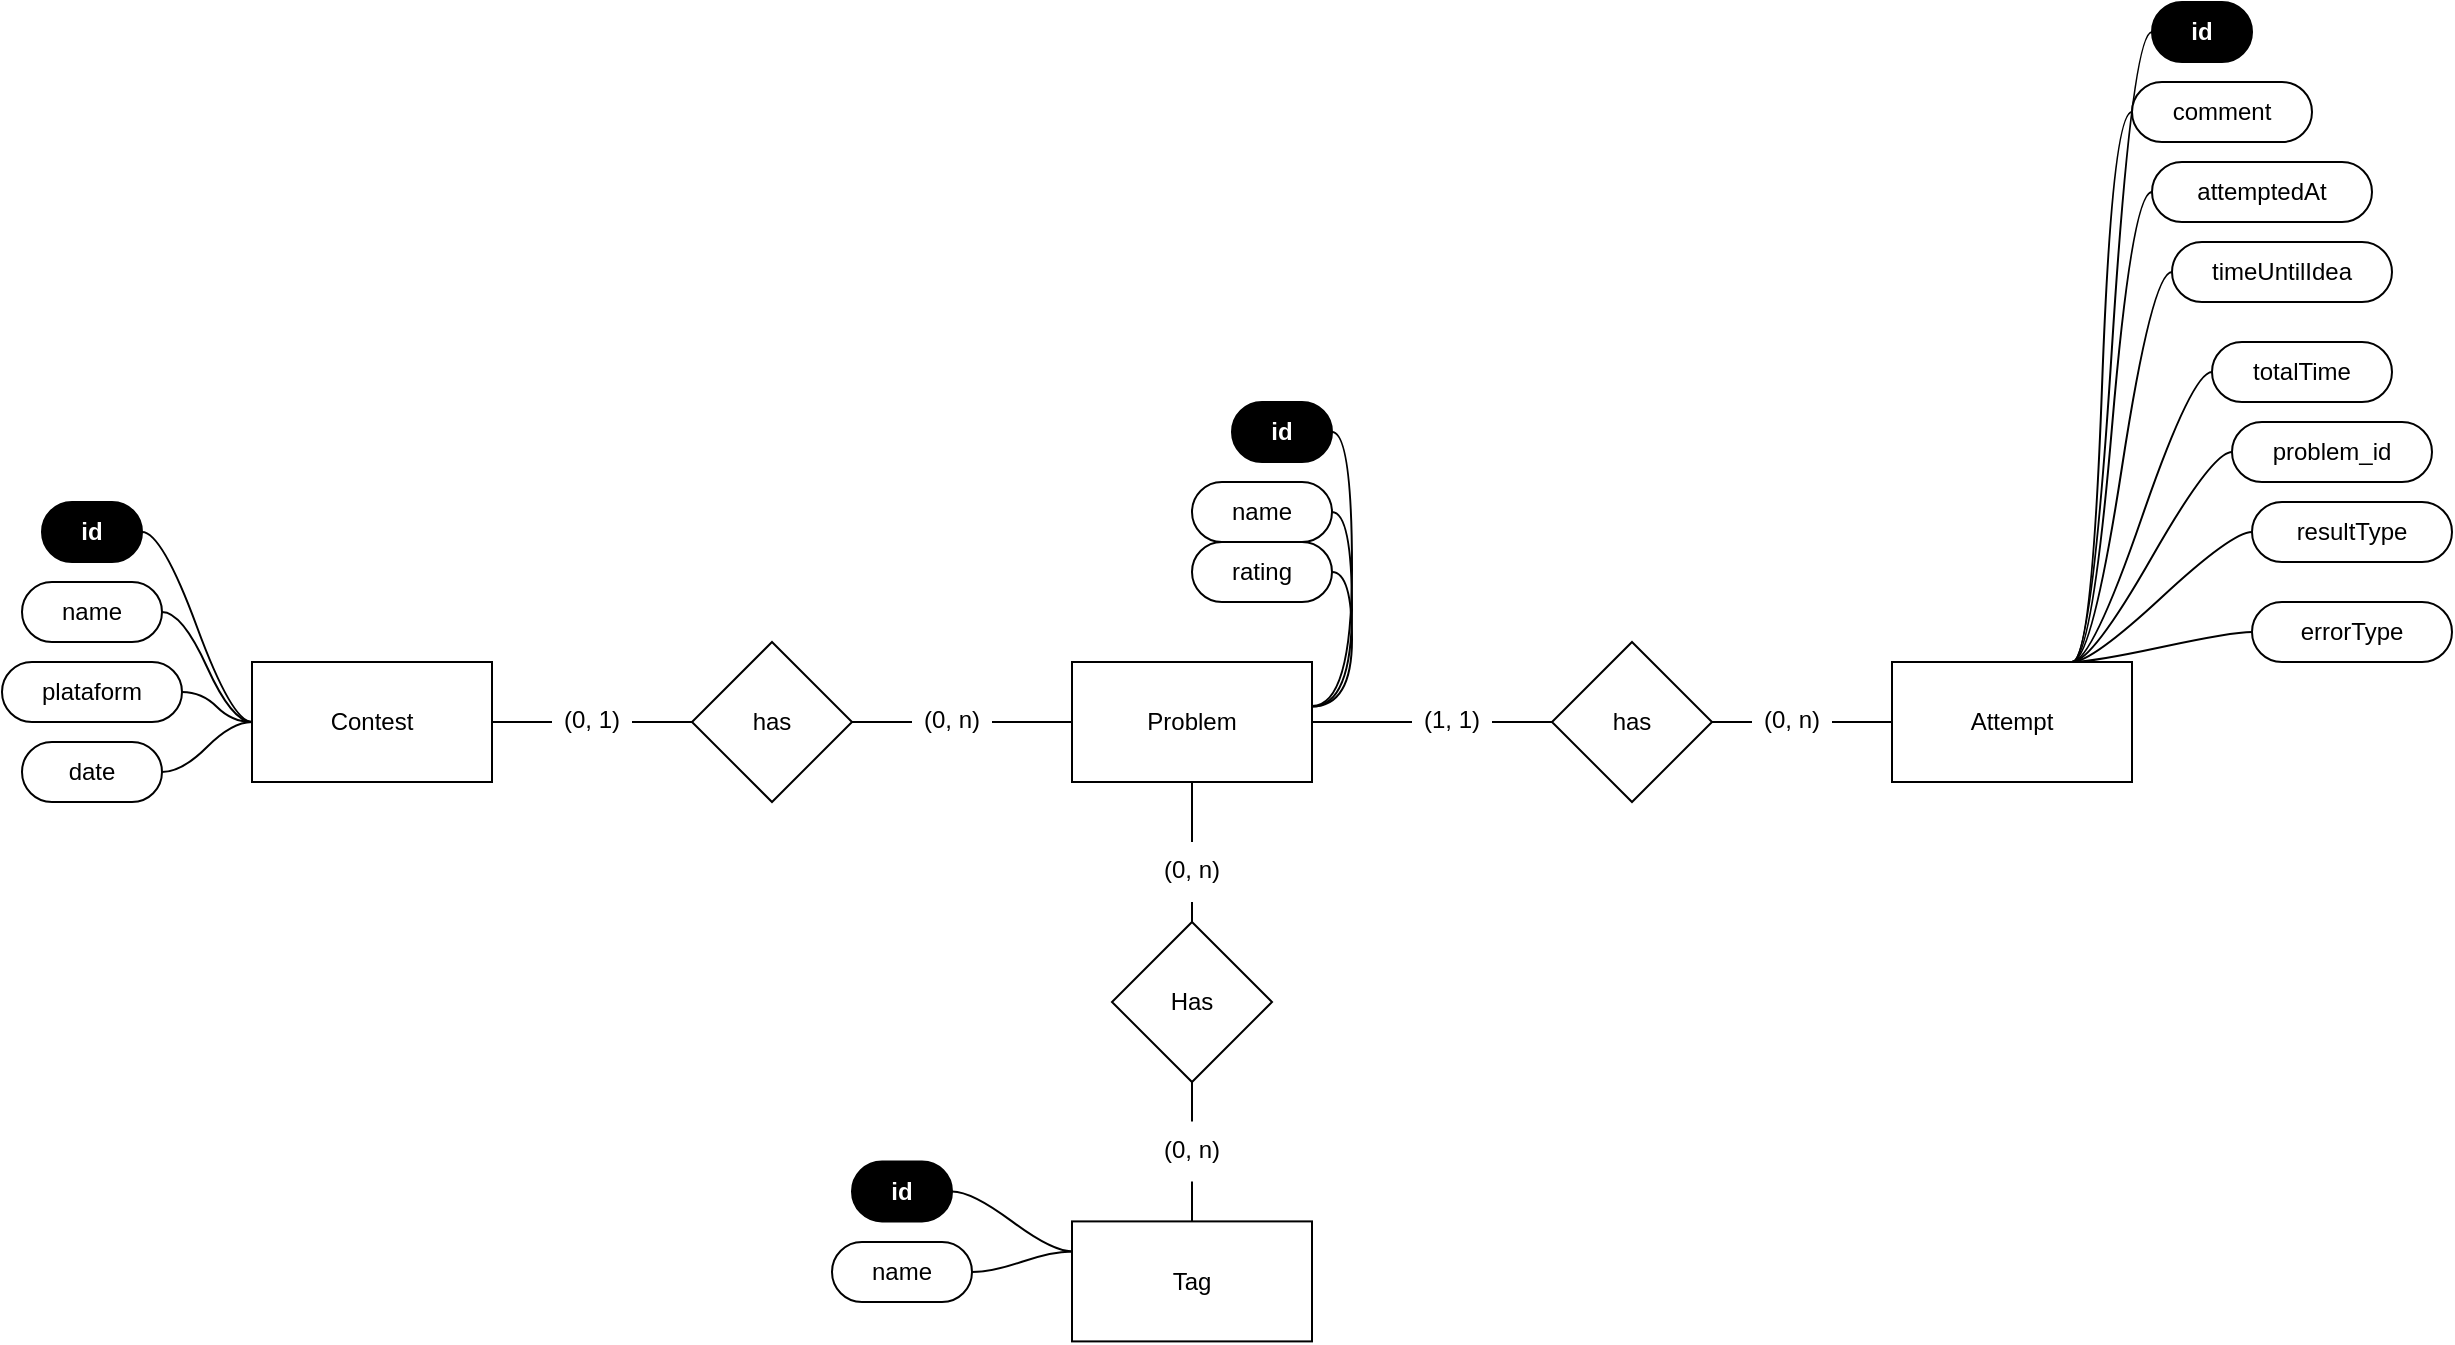
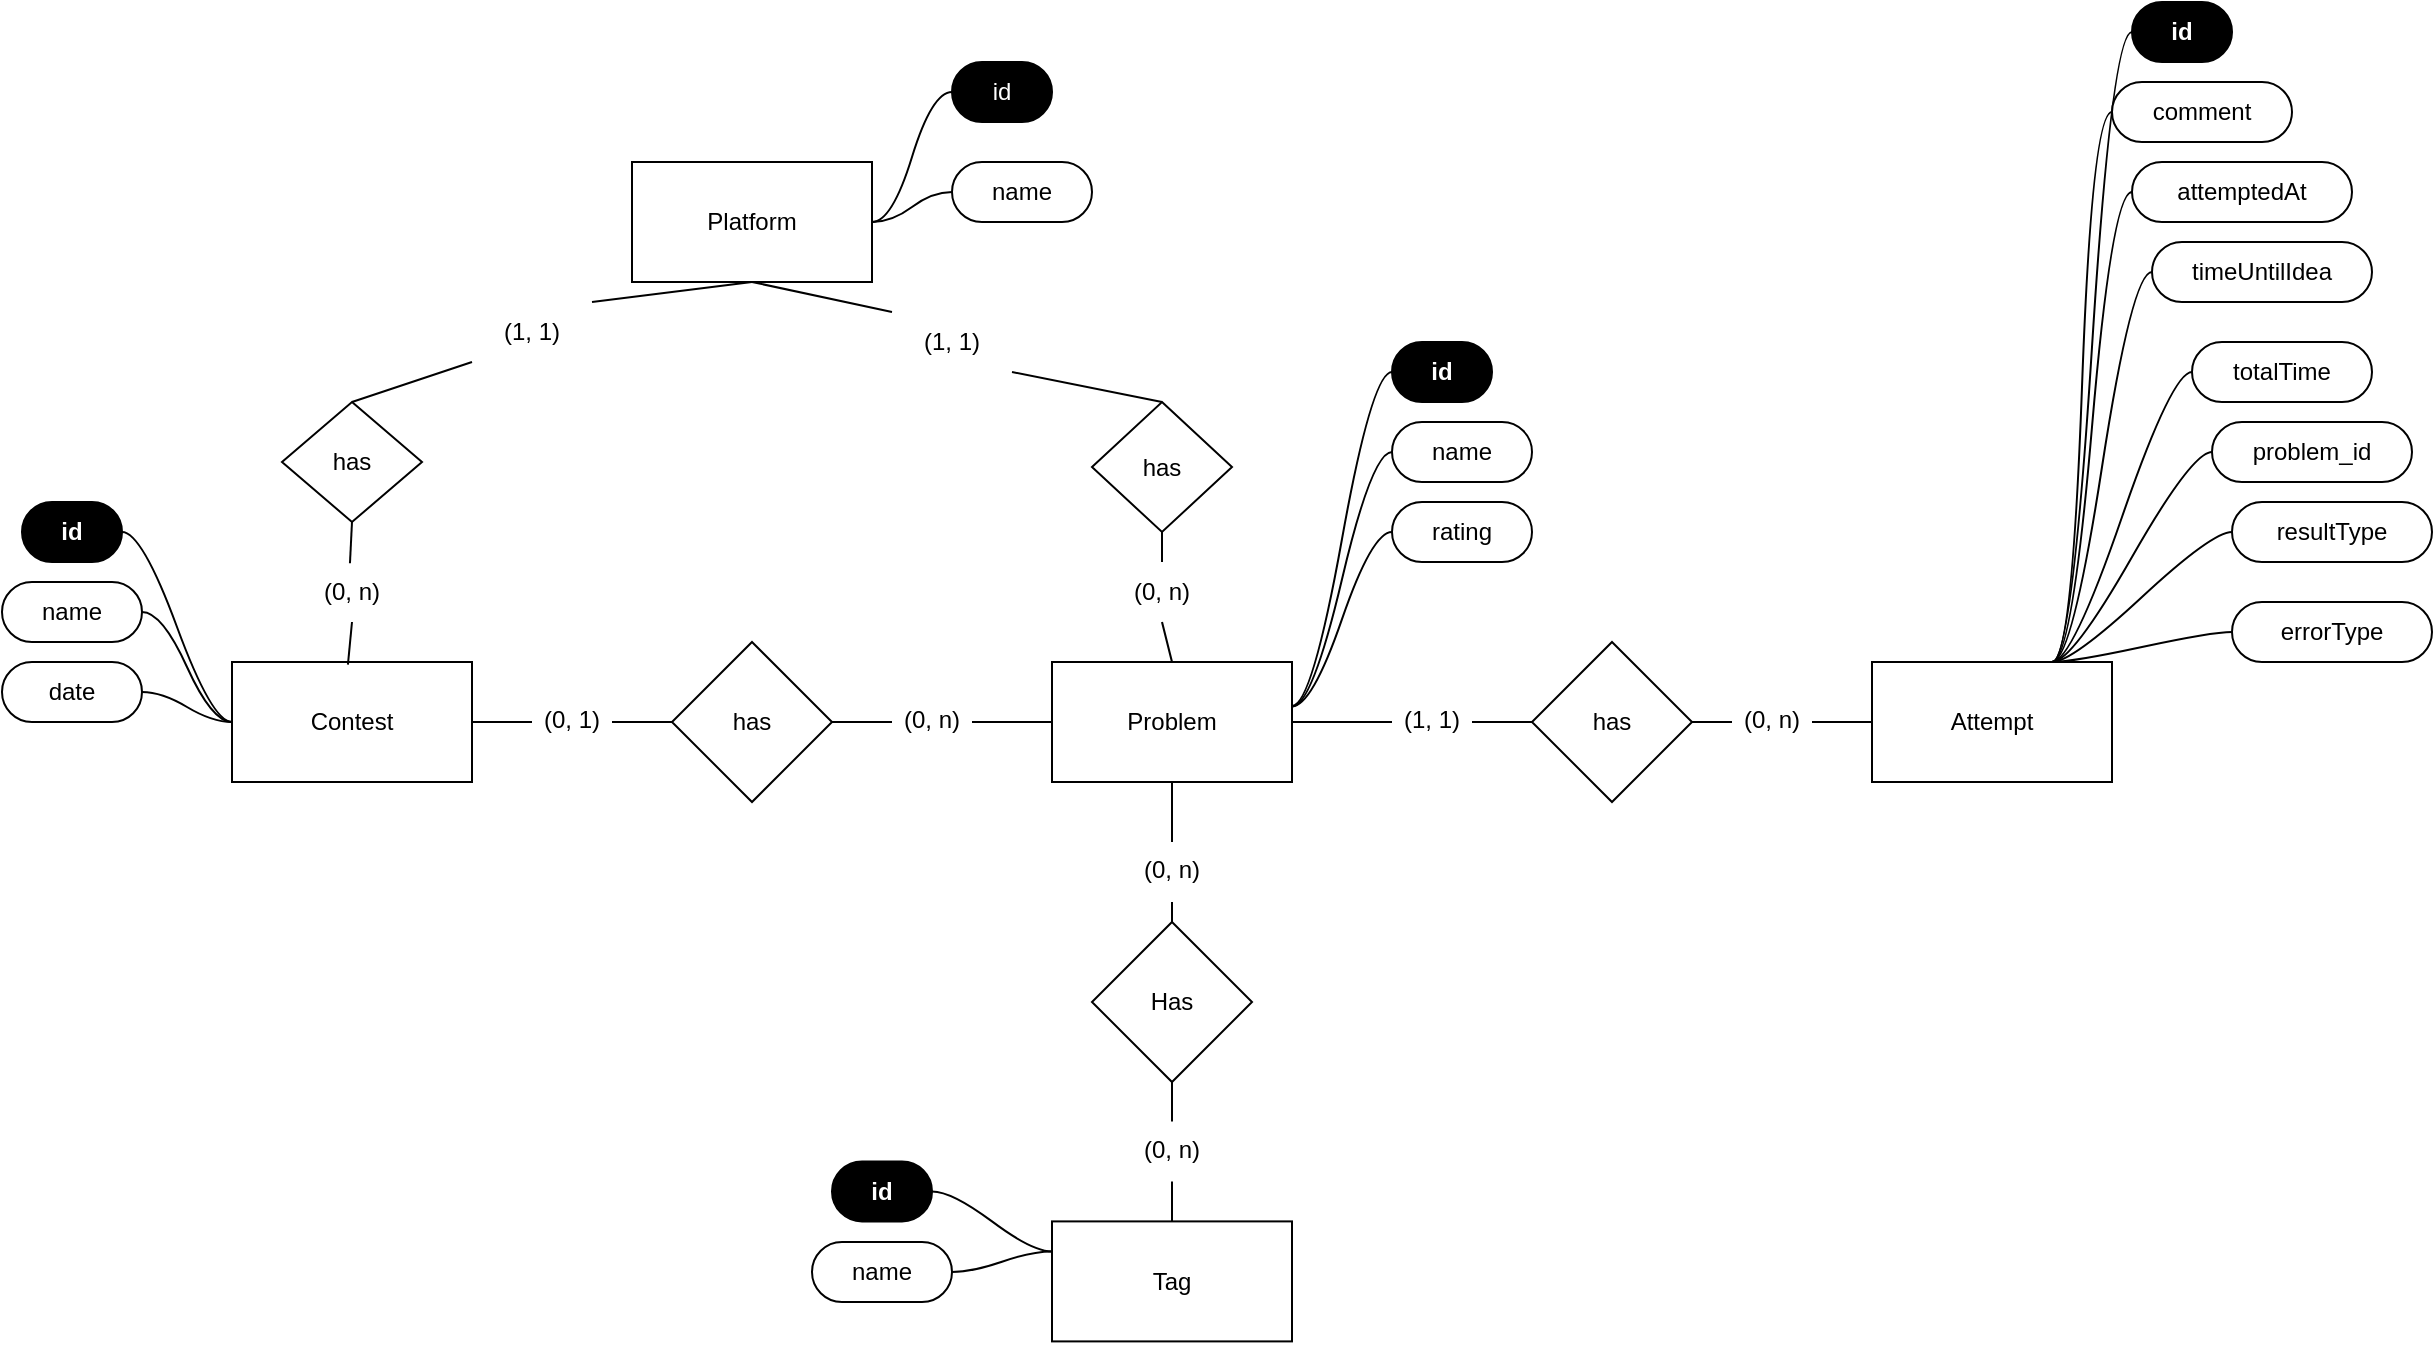
<mxfile host="Electron" agent="Mozilla/5.0 (X11; Linux x86_64) AppleWebKit/537.36 (KHTML, like Gecko) draw.io/28.2.5 Chrome/138.0.7204.251 Electron/37.6.1 Safari/537.36" version="28.2.5">
  <diagram name="Page-1" id="fOeZB1Z33ocNP5_WR29u">
-     <mxGraphModel dx="2558" dy="1469" grid="1" gridSize="10" guides="1" tooltips="1" connect="1" arrows="1" fold="1" page="0" pageScale="1" pageWidth="850" pageHeight="1100" math="0" shadow="0">
+     <mxGraphModel dx="1776" dy="1275" grid="1" gridSize="10" guides="1" tooltips="1" connect="1" arrows="1" fold="1" page="0" pageScale="1" pageWidth="850" pageHeight="1100" math="0" shadow="0">
      <root>
        <mxCell id="0" />
        <mxCell id="1" parent="0" />
        <mxCell id="6nY_LlKXiWtsa9JMTDIQ-1" value="Contest" style="rounded=0;whiteSpace=wrap;html=1;" parent="1" vertex="1">
          <mxGeometry x="-190" y="280" width="120" height="60" as="geometry" />
        </mxCell>
        <mxCell id="6nY_LlKXiWtsa9JMTDIQ-5" value="" style="edgeStyle=entityRelationEdgeStyle;startArrow=none;endArrow=none;segment=10;curved=1;sourcePerimeterSpacing=0;targetPerimeterSpacing=0;rounded=0;exitX=0;exitY=0.5;exitDx=0;exitDy=0;" parent="1" source="6nY_LlKXiWtsa9JMTDIQ-1" target="6nY_LlKXiWtsa9JMTDIQ-4" edge="1">
          <mxGeometry relative="1" as="geometry">
            <mxPoint x="-150" y="270" as="sourcePoint" />
          </mxGeometry>
        </mxCell>
        <mxCell id="6nY_LlKXiWtsa9JMTDIQ-12" value="has" style="rhombus;whiteSpace=wrap;html=1;" parent="1" vertex="1">
          <mxGeometry x="30" y="270" width="80" height="80" as="geometry" />
        </mxCell>
        <mxCell id="6nY_LlKXiWtsa9JMTDIQ-13" value="" style="endArrow=none;html=1;rounded=0;exitX=1;exitY=0.5;exitDx=0;exitDy=0;entryX=0;entryY=0.5;entryDx=0;entryDy=0;" parent="1" source="6nY_LlKXiWtsa9JMTDIQ-57" target="6nY_LlKXiWtsa9JMTDIQ-12" edge="1">
          <mxGeometry width="50" height="50" relative="1" as="geometry">
            <mxPoint x="140" y="380" as="sourcePoint" />
            <mxPoint x="190" y="330" as="targetPoint" />
          </mxGeometry>
        </mxCell>
        <mxCell id="6nY_LlKXiWtsa9JMTDIQ-14" value="Problem" style="rounded=0;whiteSpace=wrap;html=1;" parent="1" vertex="1">
          <mxGeometry x="220" y="280" width="120" height="60" as="geometry" />
        </mxCell>
        <mxCell id="6nY_LlKXiWtsa9JMTDIQ-15" value="" style="endArrow=none;html=1;rounded=0;exitX=1;exitY=0.5;exitDx=0;exitDy=0;entryX=0;entryY=0.5;entryDx=0;entryDy=0;" parent="1" source="6nY_LlKXiWtsa9JMTDIQ-59" target="6nY_LlKXiWtsa9JMTDIQ-14" edge="1">
          <mxGeometry width="50" height="50" relative="1" as="geometry">
            <mxPoint x="140" y="380" as="sourcePoint" />
            <mxPoint x="190" y="330" as="targetPoint" />
          </mxGeometry>
        </mxCell>
        <mxCell id="6nY_LlKXiWtsa9JMTDIQ-16" value="timeUntilIdea" style="whiteSpace=wrap;html=1;rounded=1;arcSize=50;align=center;verticalAlign=middle;strokeWidth=1;autosize=1;spacing=4;treeFolding=1;treeMoving=1;newEdgeStyle={&quot;edgeStyle&quot;:&quot;entityRelationEdgeStyle&quot;,&quot;startArrow&quot;:&quot;none&quot;,&quot;endArrow&quot;:&quot;none&quot;,&quot;segment&quot;:10,&quot;curved&quot;:1,&quot;sourcePerimeterSpacing&quot;:0,&quot;targetPerimeterSpacing&quot;:0};" parent="1" vertex="1">
          <mxGeometry x="770" y="70" width="110" height="30" as="geometry" />
        </mxCell>
        <mxCell id="6nY_LlKXiWtsa9JMTDIQ-17" value="" style="edgeStyle=entityRelationEdgeStyle;startArrow=none;endArrow=none;segment=10;curved=1;sourcePerimeterSpacing=0;targetPerimeterSpacing=0;rounded=0;exitX=0.75;exitY=0;exitDx=0;exitDy=0;" parent="1" source="6nY_LlKXiWtsa9JMTDIQ-70" target="6nY_LlKXiWtsa9JMTDIQ-16" edge="1">
          <mxGeometry relative="1" as="geometry">
            <mxPoint x="210" y="198" as="sourcePoint" />
          </mxGeometry>
        </mxCell>
        <mxCell id="6nY_LlKXiWtsa9JMTDIQ-18" value="totalTime" style="whiteSpace=wrap;html=1;rounded=1;arcSize=50;align=center;verticalAlign=middle;strokeWidth=1;autosize=1;spacing=4;treeFolding=1;treeMoving=1;newEdgeStyle={&quot;edgeStyle&quot;:&quot;entityRelationEdgeStyle&quot;,&quot;startArrow&quot;:&quot;none&quot;,&quot;endArrow&quot;:&quot;none&quot;,&quot;segment&quot;:10,&quot;curved&quot;:1,&quot;sourcePerimeterSpacing&quot;:0,&quot;targetPerimeterSpacing&quot;:0};" parent="1" vertex="1">
          <mxGeometry x="790" y="120" width="90" height="30" as="geometry" />
        </mxCell>
        <mxCell id="6nY_LlKXiWtsa9JMTDIQ-19" value="" style="edgeStyle=entityRelationEdgeStyle;startArrow=none;endArrow=none;segment=10;curved=1;sourcePerimeterSpacing=0;targetPerimeterSpacing=0;rounded=0;exitX=0.75;exitY=0;exitDx=0;exitDy=0;" parent="1" source="6nY_LlKXiWtsa9JMTDIQ-70" target="6nY_LlKXiWtsa9JMTDIQ-18" edge="1">
          <mxGeometry relative="1" as="geometry">
            <mxPoint x="280" y="350" as="sourcePoint" />
          </mxGeometry>
        </mxCell>
        <mxCell id="6nY_LlKXiWtsa9JMTDIQ-20" value="id" style="whiteSpace=wrap;html=1;rounded=1;arcSize=50;align=center;verticalAlign=middle;strokeWidth=1;autosize=1;spacing=4;treeFolding=1;treeMoving=1;newEdgeStyle={&quot;edgeStyle&quot;:&quot;entityRelationEdgeStyle&quot;,&quot;startArrow&quot;:&quot;none&quot;,&quot;endArrow&quot;:&quot;none&quot;,&quot;segment&quot;:10,&quot;curved&quot;:1,&quot;sourcePerimeterSpacing&quot;:0,&quot;targetPerimeterSpacing&quot;:0};fontStyle=1;fillColor=#000000;fontColor=#FFFFFF;" parent="1" vertex="1">
-           <mxGeometry x="300" y="150" width="50" height="30" as="geometry" />
+           <mxGeometry x="390" y="120" width="50" height="30" as="geometry" />
        </mxCell>
        <mxCell id="6nY_LlKXiWtsa9JMTDIQ-21" value="" style="edgeStyle=entityRelationEdgeStyle;startArrow=none;endArrow=none;segment=10;curved=1;sourcePerimeterSpacing=0;targetPerimeterSpacing=0;rounded=0;exitX=1;exitY=0.367;exitDx=0;exitDy=0;exitPerimeter=0;" parent="1" source="6nY_LlKXiWtsa9JMTDIQ-14" target="6nY_LlKXiWtsa9JMTDIQ-20" edge="1">
          <mxGeometry relative="1" as="geometry">
            <mxPoint x="255" y="450" as="sourcePoint" />
          </mxGeometry>
        </mxCell>
        <mxCell id="6nY_LlKXiWtsa9JMTDIQ-22" value="rating" style="whiteSpace=wrap;html=1;rounded=1;arcSize=50;align=center;verticalAlign=middle;strokeWidth=1;autosize=1;spacing=4;treeFolding=1;treeMoving=1;newEdgeStyle={&quot;edgeStyle&quot;:&quot;entityRelationEdgeStyle&quot;,&quot;startArrow&quot;:&quot;none&quot;,&quot;endArrow&quot;:&quot;none&quot;,&quot;segment&quot;:10,&quot;curved&quot;:1,&quot;sourcePerimeterSpacing&quot;:0,&quot;targetPerimeterSpacing&quot;:0};" parent="1" vertex="1">
-           <mxGeometry x="280" y="220" width="70" height="30" as="geometry" />
+           <mxGeometry x="390" y="200" width="70" height="30" as="geometry" />
        </mxCell>
        <mxCell id="6nY_LlKXiWtsa9JMTDIQ-23" value="" style="edgeStyle=entityRelationEdgeStyle;startArrow=none;endArrow=none;segment=10;curved=1;sourcePerimeterSpacing=0;targetPerimeterSpacing=0;rounded=0;exitX=1;exitY=0.37;exitDx=0;exitDy=0;exitPerimeter=0;" parent="1" source="6nY_LlKXiWtsa9JMTDIQ-14" target="6nY_LlKXiWtsa9JMTDIQ-22" edge="1">
          <mxGeometry relative="1" as="geometry">
            <mxPoint x="60" y="140" as="sourcePoint" />
          </mxGeometry>
        </mxCell>
        <mxCell id="6nY_LlKXiWtsa9JMTDIQ-58" value="" style="endArrow=none;html=1;rounded=0;exitX=1;exitY=0.5;exitDx=0;exitDy=0;entryX=0;entryY=0.5;entryDx=0;entryDy=0;" parent="1" source="6nY_LlKXiWtsa9JMTDIQ-1" target="6nY_LlKXiWtsa9JMTDIQ-57" edge="1">
          <mxGeometry width="50" height="50" relative="1" as="geometry">
            <mxPoint x="-30" y="280" as="sourcePoint" />
            <mxPoint x="10" y="280" as="targetPoint" />
          </mxGeometry>
        </mxCell>
        <mxCell id="6nY_LlKXiWtsa9JMTDIQ-57" value="(0, 1)" style="text;strokeColor=none;fillColor=none;spacingLeft=4;spacingRight=4;overflow=hidden;rotatable=0;points=[[0,0.5],[1,0.5]];portConstraint=eastwest;fontSize=12;whiteSpace=wrap;html=1;" parent="1" vertex="1">
          <mxGeometry x="-40" y="295" width="40" height="30" as="geometry" />
        </mxCell>
        <mxCell id="6nY_LlKXiWtsa9JMTDIQ-60" value="" style="endArrow=none;html=1;rounded=0;exitX=1;exitY=0.5;exitDx=0;exitDy=0;entryX=0;entryY=0.5;entryDx=0;entryDy=0;" parent="1" source="6nY_LlKXiWtsa9JMTDIQ-12" target="6nY_LlKXiWtsa9JMTDIQ-59" edge="1">
          <mxGeometry width="50" height="50" relative="1" as="geometry">
            <mxPoint x="90" y="270" as="sourcePoint" />
            <mxPoint x="240" y="280" as="targetPoint" />
          </mxGeometry>
        </mxCell>
        <mxCell id="6nY_LlKXiWtsa9JMTDIQ-59" value="(0, n)" style="text;strokeColor=none;fillColor=none;spacingLeft=4;spacingRight=4;overflow=hidden;rotatable=0;points=[[0,0.5],[1,0.5]];portConstraint=eastwest;fontSize=12;whiteSpace=wrap;html=1;" parent="1" vertex="1">
          <mxGeometry x="140" y="295" width="40" height="30" as="geometry" />
        </mxCell>
        <mxCell id="6nY_LlKXiWtsa9JMTDIQ-69" value="has" style="rhombus;whiteSpace=wrap;html=1;" parent="1" vertex="1">
          <mxGeometry x="460" y="270" width="80" height="80" as="geometry" />
        </mxCell>
        <mxCell id="6nY_LlKXiWtsa9JMTDIQ-70" value="Attempt" style="rounded=0;whiteSpace=wrap;html=1;" parent="1" vertex="1">
          <mxGeometry x="630" y="280" width="120" height="60" as="geometry" />
        </mxCell>
        <mxCell id="6nY_LlKXiWtsa9JMTDIQ-71" value="" style="endArrow=none;html=1;rounded=0;entryX=0;entryY=0.5;entryDx=0;entryDy=0;exitX=1;exitY=0.5;exitDx=0;exitDy=0;" parent="1" source="6nY_LlKXiWtsa9JMTDIQ-86" target="6nY_LlKXiWtsa9JMTDIQ-69" edge="1">
          <mxGeometry width="50" height="50" relative="1" as="geometry">
            <mxPoint x="390" y="400" as="sourcePoint" />
            <mxPoint x="440" y="350" as="targetPoint" />
          </mxGeometry>
        </mxCell>
        <mxCell id="6nY_LlKXiWtsa9JMTDIQ-72" value="" style="endArrow=none;html=1;rounded=0;entryX=0;entryY=0.5;entryDx=0;entryDy=0;exitX=1;exitY=0.5;exitDx=0;exitDy=0;" parent="1" source="6nY_LlKXiWtsa9JMTDIQ-84" target="6nY_LlKXiWtsa9JMTDIQ-70" edge="1">
          <mxGeometry width="50" height="50" relative="1" as="geometry">
            <mxPoint x="490" y="420" as="sourcePoint" />
            <mxPoint x="540" y="370" as="targetPoint" />
          </mxGeometry>
        </mxCell>
        <mxCell id="6nY_LlKXiWtsa9JMTDIQ-78" value="Has" style="rhombus;whiteSpace=wrap;html=1;" parent="1" vertex="1">
          <mxGeometry x="240" y="410" width="80" height="80" as="geometry" />
        </mxCell>
        <mxCell id="6nY_LlKXiWtsa9JMTDIQ-79" value="Tag" style="rounded=0;whiteSpace=wrap;html=1;" parent="1" vertex="1">
          <mxGeometry x="220" y="559.7" width="120" height="60" as="geometry" />
        </mxCell>
        <mxCell id="6nY_LlKXiWtsa9JMTDIQ-80" value="" style="endArrow=none;html=1;rounded=0;entryX=0.5;entryY=1;entryDx=0;entryDy=0;exitX=0.5;exitY=0;exitDx=0;exitDy=0;" parent="1" source="6nY_LlKXiWtsa9JMTDIQ-93" target="6nY_LlKXiWtsa9JMTDIQ-14" edge="1">
          <mxGeometry width="50" height="50" relative="1" as="geometry">
            <mxPoint x="120" y="390" as="sourcePoint" />
            <mxPoint x="170" y="340" as="targetPoint" />
          </mxGeometry>
        </mxCell>
        <mxCell id="6nY_LlKXiWtsa9JMTDIQ-81" value="" style="endArrow=none;html=1;rounded=0;entryX=0.5;entryY=1;entryDx=0;entryDy=0;exitX=0.5;exitY=0;exitDx=0;exitDy=0;" parent="1" source="6nY_LlKXiWtsa9JMTDIQ-91" target="6nY_LlKXiWtsa9JMTDIQ-78" edge="1">
          <mxGeometry width="50" height="50" relative="1" as="geometry">
            <mxPoint x="290" y="440" as="sourcePoint" />
            <mxPoint x="340" y="390" as="targetPoint" />
          </mxGeometry>
        </mxCell>
        <mxCell id="6nY_LlKXiWtsa9JMTDIQ-83" value="" style="endArrow=none;html=1;rounded=0;entryX=0;entryY=0.5;entryDx=0;entryDy=0;exitX=1;exitY=0.5;exitDx=0;exitDy=0;" parent="1" source="6nY_LlKXiWtsa9JMTDIQ-69" target="6nY_LlKXiWtsa9JMTDIQ-84" edge="1">
          <mxGeometry width="50" height="50" relative="1" as="geometry">
            <mxPoint x="540" y="310" as="sourcePoint" />
            <mxPoint x="630" y="310" as="targetPoint" />
          </mxGeometry>
        </mxCell>
        <mxCell id="6nY_LlKXiWtsa9JMTDIQ-84" value="(0, n)" style="text;strokeColor=none;fillColor=none;spacingLeft=4;spacingRight=4;overflow=hidden;rotatable=0;points=[[0,0.5],[1,0.5]];portConstraint=eastwest;fontSize=12;whiteSpace=wrap;html=1;" parent="1" vertex="1">
          <mxGeometry x="560" y="295" width="40" height="30" as="geometry" />
        </mxCell>
        <mxCell id="6nY_LlKXiWtsa9JMTDIQ-85" value="" style="endArrow=none;html=1;rounded=0;entryX=0;entryY=0.5;entryDx=0;entryDy=0;exitX=1;exitY=0.5;exitDx=0;exitDy=0;" parent="1" source="6nY_LlKXiWtsa9JMTDIQ-14" target="6nY_LlKXiWtsa9JMTDIQ-86" edge="1">
          <mxGeometry width="50" height="50" relative="1" as="geometry">
            <mxPoint x="340" y="310" as="sourcePoint" />
            <mxPoint x="460" y="310" as="targetPoint" />
          </mxGeometry>
        </mxCell>
        <mxCell id="6nY_LlKXiWtsa9JMTDIQ-86" value="(1, 1)" style="text;strokeColor=none;fillColor=none;spacingLeft=4;spacingRight=4;overflow=hidden;rotatable=0;points=[[0,0.5],[1,0.5]];portConstraint=eastwest;fontSize=12;whiteSpace=wrap;html=1;" parent="1" vertex="1">
          <mxGeometry x="390" y="295" width="40" height="30" as="geometry" />
        </mxCell>
        <mxCell id="6nY_LlKXiWtsa9JMTDIQ-92" value="" style="endArrow=none;html=1;rounded=0;entryX=0.5;entryY=1;entryDx=0;entryDy=0;exitX=0.5;exitY=0;exitDx=0;exitDy=0;" parent="1" source="6nY_LlKXiWtsa9JMTDIQ-79" target="6nY_LlKXiWtsa9JMTDIQ-91" edge="1">
          <mxGeometry width="50" height="50" relative="1" as="geometry">
            <mxPoint x="280" y="560" as="sourcePoint" />
            <mxPoint x="280" y="500" as="targetPoint" />
          </mxGeometry>
        </mxCell>
        <mxCell id="6nY_LlKXiWtsa9JMTDIQ-91" value="(0, n)" style="text;strokeColor=none;fillColor=none;spacingLeft=4;spacingRight=4;overflow=hidden;rotatable=0;points=[[0,0.5],[1,0.5]];portConstraint=eastwest;fontSize=12;whiteSpace=wrap;html=1;" parent="1" vertex="1">
          <mxGeometry x="260" y="509.70000000000005" width="40" height="30" as="geometry" />
        </mxCell>
        <mxCell id="6nY_LlKXiWtsa9JMTDIQ-94" value="" style="endArrow=none;html=1;rounded=0;entryX=0.5;entryY=1;entryDx=0;entryDy=0;exitX=0.5;exitY=0;exitDx=0;exitDy=0;" parent="1" source="6nY_LlKXiWtsa9JMTDIQ-78" target="6nY_LlKXiWtsa9JMTDIQ-93" edge="1">
          <mxGeometry width="50" height="50" relative="1" as="geometry">
            <mxPoint x="280" y="420" as="sourcePoint" />
            <mxPoint x="280" y="340" as="targetPoint" />
          </mxGeometry>
        </mxCell>
        <mxCell id="6nY_LlKXiWtsa9JMTDIQ-93" value="(0, n)" style="text;strokeColor=none;fillColor=none;spacingLeft=4;spacingRight=4;overflow=hidden;rotatable=0;points=[[0,0.5],[1,0.5]];portConstraint=eastwest;fontSize=12;whiteSpace=wrap;html=1;" parent="1" vertex="1">
          <mxGeometry x="260" y="370" width="40" height="30" as="geometry" />
        </mxCell>
        <mxCell id="6nY_LlKXiWtsa9JMTDIQ-95" value="id" style="whiteSpace=wrap;html=1;rounded=1;arcSize=50;align=center;verticalAlign=middle;strokeWidth=1;autosize=1;spacing=4;treeFolding=1;treeMoving=1;newEdgeStyle={&quot;edgeStyle&quot;:&quot;entityRelationEdgeStyle&quot;,&quot;startArrow&quot;:&quot;none&quot;,&quot;endArrow&quot;:&quot;none&quot;,&quot;segment&quot;:10,&quot;curved&quot;:1,&quot;sourcePerimeterSpacing&quot;:0,&quot;targetPerimeterSpacing&quot;:0};fontStyle=1;fillColor=#000000;fontColor=#FFFFFF;" parent="1" vertex="1">
          <mxGeometry x="760" y="-50" width="50" height="30" as="geometry" />
        </mxCell>
        <mxCell id="6nY_LlKXiWtsa9JMTDIQ-96" value="" style="edgeStyle=entityRelationEdgeStyle;startArrow=none;endArrow=none;segment=10;curved=1;sourcePerimeterSpacing=0;targetPerimeterSpacing=0;rounded=0;exitX=0.75;exitY=0;exitDx=0;exitDy=0;" parent="1" source="6nY_LlKXiWtsa9JMTDIQ-70" target="6nY_LlKXiWtsa9JMTDIQ-95" edge="1">
          <mxGeometry relative="1" as="geometry">
            <mxPoint x="680" y="260" as="sourcePoint" />
          </mxGeometry>
        </mxCell>
        <mxCell id="6nY_LlKXiWtsa9JMTDIQ-103" value="id" style="whiteSpace=wrap;html=1;rounded=1;arcSize=50;align=center;verticalAlign=middle;strokeWidth=1;autosize=1;spacing=4;treeFolding=1;treeMoving=1;newEdgeStyle={&quot;edgeStyle&quot;:&quot;entityRelationEdgeStyle&quot;,&quot;startArrow&quot;:&quot;none&quot;,&quot;endArrow&quot;:&quot;none&quot;,&quot;segment&quot;:10,&quot;curved&quot;:1,&quot;sourcePerimeterSpacing&quot;:0,&quot;targetPerimeterSpacing&quot;:0};fontStyle=1;fillColor=#000000;fontColor=#FFFFFF;" parent="1" vertex="1">
          <mxGeometry x="110" y="529.7" width="50" height="30" as="geometry" />
        </mxCell>
        <mxCell id="6nY_LlKXiWtsa9JMTDIQ-104" value="" style="edgeStyle=entityRelationEdgeStyle;startArrow=none;endArrow=none;segment=10;curved=1;sourcePerimeterSpacing=0;targetPerimeterSpacing=0;rounded=0;exitX=0;exitY=0.25;exitDx=0;exitDy=0;" parent="1" source="6nY_LlKXiWtsa9JMTDIQ-79" target="6nY_LlKXiWtsa9JMTDIQ-103" edge="1">
          <mxGeometry relative="1" as="geometry">
            <mxPoint x="80" y="574" as="sourcePoint" />
          </mxGeometry>
        </mxCell>
        <mxCell id="YRyrsWPKI8_Nx0EfezYo-1" value="problem_id" style="whiteSpace=wrap;html=1;rounded=1;arcSize=50;align=center;verticalAlign=middle;strokeWidth=1;autosize=1;spacing=4;treeFolding=1;treeMoving=1;newEdgeStyle={&quot;edgeStyle&quot;:&quot;entityRelationEdgeStyle&quot;,&quot;startArrow&quot;:&quot;none&quot;,&quot;endArrow&quot;:&quot;none&quot;,&quot;segment&quot;:10,&quot;curved&quot;:1,&quot;sourcePerimeterSpacing&quot;:0,&quot;targetPerimeterSpacing&quot;:0};" parent="1" vertex="1">
          <mxGeometry x="800" y="160" width="100" height="30" as="geometry" />
        </mxCell>
        <mxCell id="YRyrsWPKI8_Nx0EfezYo-2" value="" style="edgeStyle=entityRelationEdgeStyle;startArrow=none;endArrow=none;segment=10;curved=1;sourcePerimeterSpacing=0;targetPerimeterSpacing=0;rounded=0;exitX=0.75;exitY=0;exitDx=0;exitDy=0;" parent="1" source="6nY_LlKXiWtsa9JMTDIQ-70" target="YRyrsWPKI8_Nx0EfezYo-1" edge="1">
          <mxGeometry relative="1" as="geometry">
            <mxPoint x="740" y="270" as="sourcePoint" />
          </mxGeometry>
        </mxCell>
        <mxCell id="YRyrsWPKI8_Nx0EfezYo-3" value="resultType" style="whiteSpace=wrap;html=1;rounded=1;arcSize=50;align=center;verticalAlign=middle;strokeWidth=1;autosize=1;spacing=4;treeFolding=1;treeMoving=1;newEdgeStyle={&quot;edgeStyle&quot;:&quot;entityRelationEdgeStyle&quot;,&quot;startArrow&quot;:&quot;none&quot;,&quot;endArrow&quot;:&quot;none&quot;,&quot;segment&quot;:10,&quot;curved&quot;:1,&quot;sourcePerimeterSpacing&quot;:0,&quot;targetPerimeterSpacing&quot;:0};" parent="1" vertex="1">
          <mxGeometry x="810" y="200" width="100" height="30" as="geometry" />
        </mxCell>
        <mxCell id="YRyrsWPKI8_Nx0EfezYo-4" value="" style="edgeStyle=entityRelationEdgeStyle;startArrow=none;endArrow=none;segment=10;curved=1;sourcePerimeterSpacing=0;targetPerimeterSpacing=0;rounded=0;exitX=0.75;exitY=0;exitDx=0;exitDy=0;" parent="1" source="6nY_LlKXiWtsa9JMTDIQ-70" target="YRyrsWPKI8_Nx0EfezYo-3" edge="1">
          <mxGeometry relative="1" as="geometry">
            <mxPoint x="820" y="310" as="sourcePoint" />
          </mxGeometry>
        </mxCell>
        <mxCell id="YRyrsWPKI8_Nx0EfezYo-7" value="name" style="whiteSpace=wrap;html=1;rounded=1;arcSize=50;align=center;verticalAlign=middle;strokeWidth=1;autosize=1;spacing=4;treeFolding=1;treeMoving=1;newEdgeStyle={&quot;edgeStyle&quot;:&quot;entityRelationEdgeStyle&quot;,&quot;startArrow&quot;:&quot;none&quot;,&quot;endArrow&quot;:&quot;none&quot;,&quot;segment&quot;:10,&quot;curved&quot;:1,&quot;sourcePerimeterSpacing&quot;:0,&quot;targetPerimeterSpacing&quot;:0};" parent="1" vertex="1">
          <mxGeometry x="100" y="570" width="70" height="30" as="geometry" />
        </mxCell>
        <mxCell id="YRyrsWPKI8_Nx0EfezYo-8" value="" style="edgeStyle=entityRelationEdgeStyle;startArrow=none;endArrow=none;segment=10;curved=1;sourcePerimeterSpacing=0;targetPerimeterSpacing=0;rounded=0;exitX=0;exitY=0.25;exitDx=0;exitDy=0;" parent="1" source="6nY_LlKXiWtsa9JMTDIQ-79" target="YRyrsWPKI8_Nx0EfezYo-7" edge="1">
          <mxGeometry relative="1" as="geometry">
            <mxPoint x="70" y="650" as="sourcePoint" />
          </mxGeometry>
        </mxCell>
        <mxCell id="YRyrsWPKI8_Nx0EfezYo-11" value="errorType" style="whiteSpace=wrap;html=1;rounded=1;arcSize=50;align=center;verticalAlign=middle;strokeWidth=1;autosize=1;spacing=4;treeFolding=1;treeMoving=1;newEdgeStyle={&quot;edgeStyle&quot;:&quot;entityRelationEdgeStyle&quot;,&quot;startArrow&quot;:&quot;none&quot;,&quot;endArrow&quot;:&quot;none&quot;,&quot;segment&quot;:10,&quot;curved&quot;:1,&quot;sourcePerimeterSpacing&quot;:0,&quot;targetPerimeterSpacing&quot;:0};" parent="1" vertex="1">
          <mxGeometry x="810" y="250" width="100" height="30" as="geometry" />
        </mxCell>
        <mxCell id="YRyrsWPKI8_Nx0EfezYo-12" value="" style="edgeStyle=entityRelationEdgeStyle;startArrow=none;endArrow=none;segment=10;curved=1;sourcePerimeterSpacing=0;targetPerimeterSpacing=0;rounded=0;exitX=0.75;exitY=0;exitDx=0;exitDy=0;" parent="1" source="6nY_LlKXiWtsa9JMTDIQ-70" target="YRyrsWPKI8_Nx0EfezYo-11" edge="1">
          <mxGeometry relative="1" as="geometry">
            <mxPoint x="790" y="294" as="sourcePoint" />
          </mxGeometry>
        </mxCell>
        <mxCell id="6nY_LlKXiWtsa9JMTDIQ-4" value="id" style="whiteSpace=wrap;html=1;rounded=1;arcSize=50;align=center;verticalAlign=middle;strokeWidth=1;autosize=1;spacing=4;treeFolding=1;treeMoving=1;newEdgeStyle={&quot;edgeStyle&quot;:&quot;entityRelationEdgeStyle&quot;,&quot;startArrow&quot;:&quot;none&quot;,&quot;endArrow&quot;:&quot;none&quot;,&quot;segment&quot;:10,&quot;curved&quot;:1,&quot;sourcePerimeterSpacing&quot;:0,&quot;targetPerimeterSpacing&quot;:0};labelBackgroundColor=#000000;fontStyle=1;fillColor=#000000;fontColor=#FFFFFF;" parent="1" vertex="1">
          <mxGeometry x="-295" y="200" width="50" height="30" as="geometry" />
        </mxCell>
-         <mxCell id="jxztyjpYeU6679OyfgX_-1" value="name" style="whiteSpace=wrap;html=1;rounded=1;arcSize=50;align=center;verticalAlign=middle;strokeWidth=1;autosize=1;spacing=4;treeFolding=1;treeMoving=1;newEdgeStyle={&quot;edgeStyle&quot;:&quot;entityRelationEdgeStyle&quot;,&quot;startArrow&quot;:&quot;none&quot;,&quot;endArrow&quot;:&quot;none&quot;,&quot;segment&quot;:10,&quot;curved&quot;:1,&quot;sourcePerimeterSpacing&quot;:0,&quot;targetPerimeterSpacing&quot;:0};" vertex="1" parent="1">
-           <mxGeometry x="280" y="190" width="70" height="30" as="geometry" />
-         </mxCell>
-         <mxCell id="jxztyjpYeU6679OyfgX_-2" value="" style="edgeStyle=entityRelationEdgeStyle;startArrow=none;endArrow=none;segment=10;curved=1;sourcePerimeterSpacing=0;targetPerimeterSpacing=0;rounded=0;exitX=1;exitY=0.371;exitDx=0;exitDy=0;exitPerimeter=0;" edge="1" target="jxztyjpYeU6679OyfgX_-1" parent="1" source="6nY_LlKXiWtsa9JMTDIQ-14">
+         <mxCell id="jxztyjpYeU6679OyfgX_-1" value="name" style="whiteSpace=wrap;html=1;rounded=1;arcSize=50;align=center;verticalAlign=middle;strokeWidth=1;autosize=1;spacing=4;treeFolding=1;treeMoving=1;newEdgeStyle={&quot;edgeStyle&quot;:&quot;entityRelationEdgeStyle&quot;,&quot;startArrow&quot;:&quot;none&quot;,&quot;endArrow&quot;:&quot;none&quot;,&quot;segment&quot;:10,&quot;curved&quot;:1,&quot;sourcePerimeterSpacing&quot;:0,&quot;targetPerimeterSpacing&quot;:0};" parent="1" vertex="1">
+           <mxGeometry x="390" y="160" width="70" height="30" as="geometry" />
+         </mxCell>
+         <mxCell id="jxztyjpYeU6679OyfgX_-2" value="" style="edgeStyle=entityRelationEdgeStyle;startArrow=none;endArrow=none;segment=10;curved=1;sourcePerimeterSpacing=0;targetPerimeterSpacing=0;rounded=0;exitX=1;exitY=0.371;exitDx=0;exitDy=0;exitPerimeter=0;" parent="1" source="6nY_LlKXiWtsa9JMTDIQ-14" target="jxztyjpYeU6679OyfgX_-1" edge="1">
          <mxGeometry relative="1" as="geometry">
            <mxPoint x="260" y="160" as="sourcePoint" />
          </mxGeometry>
        </mxCell>
-         <mxCell id="jxztyjpYeU6679OyfgX_-3" value="attemptedAt" style="whiteSpace=wrap;html=1;rounded=1;arcSize=50;align=center;verticalAlign=middle;strokeWidth=1;autosize=1;spacing=4;treeFolding=1;treeMoving=1;newEdgeStyle={&quot;edgeStyle&quot;:&quot;entityRelationEdgeStyle&quot;,&quot;startArrow&quot;:&quot;none&quot;,&quot;endArrow&quot;:&quot;none&quot;,&quot;segment&quot;:10,&quot;curved&quot;:1,&quot;sourcePerimeterSpacing&quot;:0,&quot;targetPerimeterSpacing&quot;:0};" vertex="1" parent="1">
+         <mxCell id="jxztyjpYeU6679OyfgX_-3" value="attemptedAt" style="whiteSpace=wrap;html=1;rounded=1;arcSize=50;align=center;verticalAlign=middle;strokeWidth=1;autosize=1;spacing=4;treeFolding=1;treeMoving=1;newEdgeStyle={&quot;edgeStyle&quot;:&quot;entityRelationEdgeStyle&quot;,&quot;startArrow&quot;:&quot;none&quot;,&quot;endArrow&quot;:&quot;none&quot;,&quot;segment&quot;:10,&quot;curved&quot;:1,&quot;sourcePerimeterSpacing&quot;:0,&quot;targetPerimeterSpacing&quot;:0};" parent="1" vertex="1">
          <mxGeometry x="760" y="30" width="110" height="30" as="geometry" />
        </mxCell>
-         <mxCell id="jxztyjpYeU6679OyfgX_-4" value="" style="edgeStyle=entityRelationEdgeStyle;startArrow=none;endArrow=none;segment=10;curved=1;sourcePerimeterSpacing=0;targetPerimeterSpacing=0;rounded=0;exitX=0.75;exitY=0;exitDx=0;exitDy=0;" edge="1" target="jxztyjpYeU6679OyfgX_-3" parent="1" source="6nY_LlKXiWtsa9JMTDIQ-70">
+         <mxCell id="jxztyjpYeU6679OyfgX_-4" value="" style="edgeStyle=entityRelationEdgeStyle;startArrow=none;endArrow=none;segment=10;curved=1;sourcePerimeterSpacing=0;targetPerimeterSpacing=0;rounded=0;exitX=0.75;exitY=0;exitDx=0;exitDy=0;" parent="1" source="6nY_LlKXiWtsa9JMTDIQ-70" target="jxztyjpYeU6679OyfgX_-3" edge="1">
          <mxGeometry relative="1" as="geometry">
            <mxPoint x="790" y="350" as="sourcePoint" />
          </mxGeometry>
        </mxCell>
-         <mxCell id="jxztyjpYeU6679OyfgX_-5" value="comment" style="whiteSpace=wrap;html=1;rounded=1;arcSize=50;align=center;verticalAlign=middle;strokeWidth=1;autosize=1;spacing=4;treeFolding=1;treeMoving=1;newEdgeStyle={&quot;edgeStyle&quot;:&quot;entityRelationEdgeStyle&quot;,&quot;startArrow&quot;:&quot;none&quot;,&quot;endArrow&quot;:&quot;none&quot;,&quot;segment&quot;:10,&quot;curved&quot;:1,&quot;sourcePerimeterSpacing&quot;:0,&quot;targetPerimeterSpacing&quot;:0};" vertex="1" parent="1">
+         <mxCell id="jxztyjpYeU6679OyfgX_-5" value="comment" style="whiteSpace=wrap;html=1;rounded=1;arcSize=50;align=center;verticalAlign=middle;strokeWidth=1;autosize=1;spacing=4;treeFolding=1;treeMoving=1;newEdgeStyle={&quot;edgeStyle&quot;:&quot;entityRelationEdgeStyle&quot;,&quot;startArrow&quot;:&quot;none&quot;,&quot;endArrow&quot;:&quot;none&quot;,&quot;segment&quot;:10,&quot;curved&quot;:1,&quot;sourcePerimeterSpacing&quot;:0,&quot;targetPerimeterSpacing&quot;:0};" parent="1" vertex="1">
          <mxGeometry x="750" y="-10" width="90" height="30" as="geometry" />
        </mxCell>
-         <mxCell id="jxztyjpYeU6679OyfgX_-6" value="" style="edgeStyle=entityRelationEdgeStyle;startArrow=none;endArrow=none;segment=10;curved=1;sourcePerimeterSpacing=0;targetPerimeterSpacing=0;rounded=0;exitX=0.75;exitY=0;exitDx=0;exitDy=0;" edge="1" target="jxztyjpYeU6679OyfgX_-5" parent="1" source="6nY_LlKXiWtsa9JMTDIQ-70">
+         <mxCell id="jxztyjpYeU6679OyfgX_-6" value="" style="edgeStyle=entityRelationEdgeStyle;startArrow=none;endArrow=none;segment=10;curved=1;sourcePerimeterSpacing=0;targetPerimeterSpacing=0;rounded=0;exitX=0.75;exitY=0;exitDx=0;exitDy=0;" parent="1" source="6nY_LlKXiWtsa9JMTDIQ-70" target="jxztyjpYeU6679OyfgX_-5" edge="1">
          <mxGeometry relative="1" as="geometry">
            <mxPoint x="730" y="-20" as="sourcePoint" />
          </mxGeometry>
        </mxCell>
-         <mxCell id="jxztyjpYeU6679OyfgX_-7" value="name" style="whiteSpace=wrap;html=1;rounded=1;arcSize=50;align=center;verticalAlign=middle;strokeWidth=1;autosize=1;spacing=4;treeFolding=1;treeMoving=1;newEdgeStyle={&quot;edgeStyle&quot;:&quot;entityRelationEdgeStyle&quot;,&quot;startArrow&quot;:&quot;none&quot;,&quot;endArrow&quot;:&quot;none&quot;,&quot;segment&quot;:10,&quot;curved&quot;:1,&quot;sourcePerimeterSpacing&quot;:0,&quot;targetPerimeterSpacing&quot;:0};" vertex="1" parent="1">
+         <mxCell id="jxztyjpYeU6679OyfgX_-7" value="name" style="whiteSpace=wrap;html=1;rounded=1;arcSize=50;align=center;verticalAlign=middle;strokeWidth=1;autosize=1;spacing=4;treeFolding=1;treeMoving=1;newEdgeStyle={&quot;edgeStyle&quot;:&quot;entityRelationEdgeStyle&quot;,&quot;startArrow&quot;:&quot;none&quot;,&quot;endArrow&quot;:&quot;none&quot;,&quot;segment&quot;:10,&quot;curved&quot;:1,&quot;sourcePerimeterSpacing&quot;:0,&quot;targetPerimeterSpacing&quot;:0};" parent="1" vertex="1">
          <mxGeometry x="-305" y="240" width="70" height="30" as="geometry" />
        </mxCell>
-         <mxCell id="jxztyjpYeU6679OyfgX_-8" value="" style="edgeStyle=entityRelationEdgeStyle;startArrow=none;endArrow=none;segment=10;curved=1;sourcePerimeterSpacing=0;targetPerimeterSpacing=0;rounded=0;exitX=0;exitY=0.5;exitDx=0;exitDy=0;" edge="1" target="jxztyjpYeU6679OyfgX_-7" parent="1" source="6nY_LlKXiWtsa9JMTDIQ-1">
+         <mxCell id="jxztyjpYeU6679OyfgX_-8" value="" style="edgeStyle=entityRelationEdgeStyle;startArrow=none;endArrow=none;segment=10;curved=1;sourcePerimeterSpacing=0;targetPerimeterSpacing=0;rounded=0;exitX=0;exitY=0.5;exitDx=0;exitDy=0;" parent="1" source="6nY_LlKXiWtsa9JMTDIQ-1" target="jxztyjpYeU6679OyfgX_-7" edge="1">
          <mxGeometry relative="1" as="geometry">
            <mxPoint x="-310" y="220" as="sourcePoint" />
          </mxGeometry>
        </mxCell>
-         <mxCell id="jxztyjpYeU6679OyfgX_-9" value="plataform" style="whiteSpace=wrap;html=1;rounded=1;arcSize=50;align=center;verticalAlign=middle;strokeWidth=1;autosize=1;spacing=4;treeFolding=1;treeMoving=1;newEdgeStyle={&quot;edgeStyle&quot;:&quot;entityRelationEdgeStyle&quot;,&quot;startArrow&quot;:&quot;none&quot;,&quot;endArrow&quot;:&quot;none&quot;,&quot;segment&quot;:10,&quot;curved&quot;:1,&quot;sourcePerimeterSpacing&quot;:0,&quot;targetPerimeterSpacing&quot;:0};" vertex="1" parent="1">
-           <mxGeometry x="-315" y="280" width="90" height="30" as="geometry" />
-         </mxCell>
-         <mxCell id="jxztyjpYeU6679OyfgX_-10" value="" style="edgeStyle=entityRelationEdgeStyle;startArrow=none;endArrow=none;segment=10;curved=1;sourcePerimeterSpacing=0;targetPerimeterSpacing=0;rounded=0;exitX=0;exitY=0.5;exitDx=0;exitDy=0;" edge="1" target="jxztyjpYeU6679OyfgX_-9" parent="1" source="6nY_LlKXiWtsa9JMTDIQ-1">
-           <mxGeometry relative="1" as="geometry">
-             <mxPoint x="-315" y="180" as="sourcePoint" />
-           </mxGeometry>
-         </mxCell>
-         <mxCell id="jxztyjpYeU6679OyfgX_-11" value="date" style="whiteSpace=wrap;html=1;rounded=1;arcSize=50;align=center;verticalAlign=middle;strokeWidth=1;autosize=1;spacing=4;treeFolding=1;treeMoving=1;newEdgeStyle={&quot;edgeStyle&quot;:&quot;entityRelationEdgeStyle&quot;,&quot;startArrow&quot;:&quot;none&quot;,&quot;endArrow&quot;:&quot;none&quot;,&quot;segment&quot;:10,&quot;curved&quot;:1,&quot;sourcePerimeterSpacing&quot;:0,&quot;targetPerimeterSpacing&quot;:0};" vertex="1" parent="1">
-           <mxGeometry x="-305" y="320" width="70" height="30" as="geometry" />
-         </mxCell>
-         <mxCell id="jxztyjpYeU6679OyfgX_-12" value="" style="edgeStyle=entityRelationEdgeStyle;startArrow=none;endArrow=none;segment=10;curved=1;sourcePerimeterSpacing=0;targetPerimeterSpacing=0;rounded=0;exitX=0;exitY=0.5;exitDx=0;exitDy=0;" edge="1" target="jxztyjpYeU6679OyfgX_-11" parent="1" source="6nY_LlKXiWtsa9JMTDIQ-1">
+         <mxCell id="jxztyjpYeU6679OyfgX_-11" value="date" style="whiteSpace=wrap;html=1;rounded=1;arcSize=50;align=center;verticalAlign=middle;strokeWidth=1;autosize=1;spacing=4;treeFolding=1;treeMoving=1;newEdgeStyle={&quot;edgeStyle&quot;:&quot;entityRelationEdgeStyle&quot;,&quot;startArrow&quot;:&quot;none&quot;,&quot;endArrow&quot;:&quot;none&quot;,&quot;segment&quot;:10,&quot;curved&quot;:1,&quot;sourcePerimeterSpacing&quot;:0,&quot;targetPerimeterSpacing&quot;:0};" parent="1" vertex="1">
+           <mxGeometry x="-305" y="280" width="70" height="30" as="geometry" />
+         </mxCell>
+         <mxCell id="jxztyjpYeU6679OyfgX_-12" value="" style="edgeStyle=entityRelationEdgeStyle;startArrow=none;endArrow=none;segment=10;curved=1;sourcePerimeterSpacing=0;targetPerimeterSpacing=0;rounded=0;exitX=0;exitY=0.5;exitDx=0;exitDy=0;" parent="1" source="6nY_LlKXiWtsa9JMTDIQ-1" target="jxztyjpYeU6679OyfgX_-11" edge="1">
          <mxGeometry relative="1" as="geometry">
            <mxPoint x="-335" y="354" as="sourcePoint" />
          </mxGeometry>
+         </mxCell>
+         <mxCell id="wQnE4Zrvd-arVCMw2HyA-1" value="Platform" style="rounded=0;whiteSpace=wrap;html=1;" vertex="1" parent="1">
+           <mxGeometry x="10" y="30" width="120" height="60" as="geometry" />
+         </mxCell>
+         <mxCell id="wQnE4Zrvd-arVCMw2HyA-2" value="id" style="whiteSpace=wrap;html=1;rounded=1;arcSize=50;align=center;verticalAlign=middle;strokeWidth=1;autosize=1;spacing=4;treeFolding=1;treeMoving=1;newEdgeStyle={&quot;edgeStyle&quot;:&quot;entityRelationEdgeStyle&quot;,&quot;startArrow&quot;:&quot;none&quot;,&quot;endArrow&quot;:&quot;none&quot;,&quot;segment&quot;:10,&quot;curved&quot;:1,&quot;sourcePerimeterSpacing&quot;:0,&quot;targetPerimeterSpacing&quot;:0};fillColor=#000000;fontColor=#FFFFFF;" vertex="1" parent="1">
+           <mxGeometry x="170" y="-20" width="50" height="30" as="geometry" />
+         </mxCell>
+         <mxCell id="wQnE4Zrvd-arVCMw2HyA-3" value="" style="edgeStyle=entityRelationEdgeStyle;startArrow=none;endArrow=none;segment=10;curved=1;sourcePerimeterSpacing=0;targetPerimeterSpacing=0;rounded=0;exitX=1;exitY=0.5;exitDx=0;exitDy=0;" edge="1" target="wQnE4Zrvd-arVCMw2HyA-2" parent="1" source="wQnE4Zrvd-arVCMw2HyA-1">
+           <mxGeometry relative="1" as="geometry">
+             <mxPoint x="60" y="20" as="sourcePoint" />
+           </mxGeometry>
+         </mxCell>
+         <mxCell id="wQnE4Zrvd-arVCMw2HyA-4" value="name" style="whiteSpace=wrap;html=1;rounded=1;arcSize=50;align=center;verticalAlign=middle;strokeWidth=1;autosize=1;spacing=4;treeFolding=1;treeMoving=1;newEdgeStyle={&quot;edgeStyle&quot;:&quot;entityRelationEdgeStyle&quot;,&quot;startArrow&quot;:&quot;none&quot;,&quot;endArrow&quot;:&quot;none&quot;,&quot;segment&quot;:10,&quot;curved&quot;:1,&quot;sourcePerimeterSpacing&quot;:0,&quot;targetPerimeterSpacing&quot;:0};" vertex="1" parent="1">
+           <mxGeometry x="170" y="30" width="70" height="30" as="geometry" />
+         </mxCell>
+         <mxCell id="wQnE4Zrvd-arVCMw2HyA-5" value="" style="edgeStyle=entityRelationEdgeStyle;startArrow=none;endArrow=none;segment=10;curved=1;sourcePerimeterSpacing=0;targetPerimeterSpacing=0;rounded=0;exitX=1;exitY=0.5;exitDx=0;exitDy=0;" edge="1" target="wQnE4Zrvd-arVCMw2HyA-4" parent="1" source="wQnE4Zrvd-arVCMw2HyA-1">
+           <mxGeometry relative="1" as="geometry">
+             <mxPoint x="90" y="74" as="sourcePoint" />
+           </mxGeometry>
+         </mxCell>
+         <mxCell id="wQnE4Zrvd-arVCMw2HyA-6" value="has" style="rhombus;whiteSpace=wrap;html=1;" vertex="1" parent="1">
+           <mxGeometry x="-165" y="150" width="70" height="60" as="geometry" />
+         </mxCell>
+         <mxCell id="wQnE4Zrvd-arVCMw2HyA-7" value="has" style="rhombus;whiteSpace=wrap;html=1;" vertex="1" parent="1">
+           <mxGeometry x="240" y="150" width="70" height="65" as="geometry" />
+         </mxCell>
+         <mxCell id="wQnE4Zrvd-arVCMw2HyA-8" value="" style="endArrow=none;html=1;rounded=0;exitX=0.483;exitY=0.022;exitDx=0;exitDy=0;exitPerimeter=0;entryX=0.5;entryY=1;entryDx=0;entryDy=0;" edge="1" parent="1" source="wQnE4Zrvd-arVCMw2HyA-14" target="wQnE4Zrvd-arVCMw2HyA-6">
+           <mxGeometry width="50" height="50" relative="1" as="geometry">
+             <mxPoint x="10" y="210" as="sourcePoint" />
+             <mxPoint x="60" y="160" as="targetPoint" />
+           </mxGeometry>
+         </mxCell>
+         <mxCell id="wQnE4Zrvd-arVCMw2HyA-9" value="" style="endArrow=none;html=1;rounded=0;exitX=1;exitY=0;exitDx=0;exitDy=0;entryX=0.5;entryY=1;entryDx=0;entryDy=0;" edge="1" parent="1" source="wQnE4Zrvd-arVCMw2HyA-12" target="wQnE4Zrvd-arVCMw2HyA-1">
+           <mxGeometry width="50" height="50" relative="1" as="geometry">
+             <mxPoint x="10" y="170" as="sourcePoint" />
+             <mxPoint x="60" y="120" as="targetPoint" />
+           </mxGeometry>
+         </mxCell>
+         <mxCell id="wQnE4Zrvd-arVCMw2HyA-10" value="" style="endArrow=none;html=1;rounded=0;entryX=0.5;entryY=0;entryDx=0;entryDy=0;exitX=1;exitY=1;exitDx=0;exitDy=0;" edge="1" parent="1" source="wQnE4Zrvd-arVCMw2HyA-16" target="wQnE4Zrvd-arVCMw2HyA-7">
+           <mxGeometry width="50" height="50" relative="1" as="geometry">
+             <mxPoint x="150" y="190" as="sourcePoint" />
+             <mxPoint x="200" y="140" as="targetPoint" />
+           </mxGeometry>
+         </mxCell>
+         <mxCell id="wQnE4Zrvd-arVCMw2HyA-11" value="" style="endArrow=none;html=1;rounded=0;entryX=0.5;entryY=1;entryDx=0;entryDy=0;exitX=0.5;exitY=0;exitDx=0;exitDy=0;" edge="1" parent="1" source="wQnE4Zrvd-arVCMw2HyA-18" target="wQnE4Zrvd-arVCMw2HyA-7">
+           <mxGeometry width="50" height="50" relative="1" as="geometry">
+             <mxPoint x="200" y="270" as="sourcePoint" />
+             <mxPoint x="250" y="220" as="targetPoint" />
+           </mxGeometry>
+         </mxCell>
+         <mxCell id="wQnE4Zrvd-arVCMw2HyA-13" value="" style="endArrow=none;html=1;rounded=0;exitX=0.5;exitY=0;exitDx=0;exitDy=0;entryX=0;entryY=1;entryDx=0;entryDy=0;" edge="1" parent="1" source="wQnE4Zrvd-arVCMw2HyA-6" target="wQnE4Zrvd-arVCMw2HyA-12">
+           <mxGeometry width="50" height="50" relative="1" as="geometry">
+             <mxPoint x="-130" y="150" as="sourcePoint" />
+             <mxPoint x="70" y="90" as="targetPoint" />
+           </mxGeometry>
+         </mxCell>
+         <mxCell id="wQnE4Zrvd-arVCMw2HyA-12" value="(1, 1)" style="text;html=1;align=center;verticalAlign=middle;whiteSpace=wrap;rounded=0;" vertex="1" parent="1">
+           <mxGeometry x="-70" y="100" width="60" height="30" as="geometry" />
+         </mxCell>
+         <mxCell id="wQnE4Zrvd-arVCMw2HyA-15" value="" style="endArrow=none;html=1;rounded=0;exitX=0.483;exitY=0.022;exitDx=0;exitDy=0;exitPerimeter=0;entryX=0.5;entryY=1;entryDx=0;entryDy=0;" edge="1" parent="1" source="6nY_LlKXiWtsa9JMTDIQ-1" target="wQnE4Zrvd-arVCMw2HyA-14">
+           <mxGeometry width="50" height="50" relative="1" as="geometry">
+             <mxPoint x="-132" y="281" as="sourcePoint" />
+             <mxPoint x="-130" y="220" as="targetPoint" />
+           </mxGeometry>
+         </mxCell>
+         <mxCell id="wQnE4Zrvd-arVCMw2HyA-14" value="(0, n)" style="text;html=1;align=center;verticalAlign=middle;whiteSpace=wrap;rounded=0;" vertex="1" parent="1">
+           <mxGeometry x="-160" y="230" width="60" height="30" as="geometry" />
+         </mxCell>
+         <mxCell id="wQnE4Zrvd-arVCMw2HyA-17" value="" style="endArrow=none;html=1;rounded=0;entryX=0;entryY=0;entryDx=0;entryDy=0;exitX=0.5;exitY=1;exitDx=0;exitDy=0;" edge="1" parent="1" source="wQnE4Zrvd-arVCMw2HyA-1" target="wQnE4Zrvd-arVCMw2HyA-16">
+           <mxGeometry width="50" height="50" relative="1" as="geometry">
+             <mxPoint x="70" y="90" as="sourcePoint" />
+             <mxPoint x="280" y="150" as="targetPoint" />
+           </mxGeometry>
+         </mxCell>
+         <mxCell id="wQnE4Zrvd-arVCMw2HyA-16" value="(1, 1)" style="text;html=1;align=center;verticalAlign=middle;whiteSpace=wrap;rounded=0;" vertex="1" parent="1">
+           <mxGeometry x="140" y="105" width="60" height="30" as="geometry" />
+         </mxCell>
+         <mxCell id="wQnE4Zrvd-arVCMw2HyA-19" value="" style="endArrow=none;html=1;rounded=0;entryX=0.5;entryY=1;entryDx=0;entryDy=0;exitX=0.5;exitY=0;exitDx=0;exitDy=0;" edge="1" parent="1" source="6nY_LlKXiWtsa9JMTDIQ-14" target="wQnE4Zrvd-arVCMw2HyA-18">
+           <mxGeometry width="50" height="50" relative="1" as="geometry">
+             <mxPoint x="280" y="280" as="sourcePoint" />
+             <mxPoint x="280" y="215" as="targetPoint" />
+           </mxGeometry>
+         </mxCell>
+         <mxCell id="wQnE4Zrvd-arVCMw2HyA-18" value="(0, n)" style="text;html=1;align=center;verticalAlign=middle;whiteSpace=wrap;rounded=0;" vertex="1" parent="1">
+           <mxGeometry x="245" y="230" width="60" height="30" as="geometry" />
        </mxCell>
      </root>
    </mxGraphModel>
  </diagram>
</mxfile>
